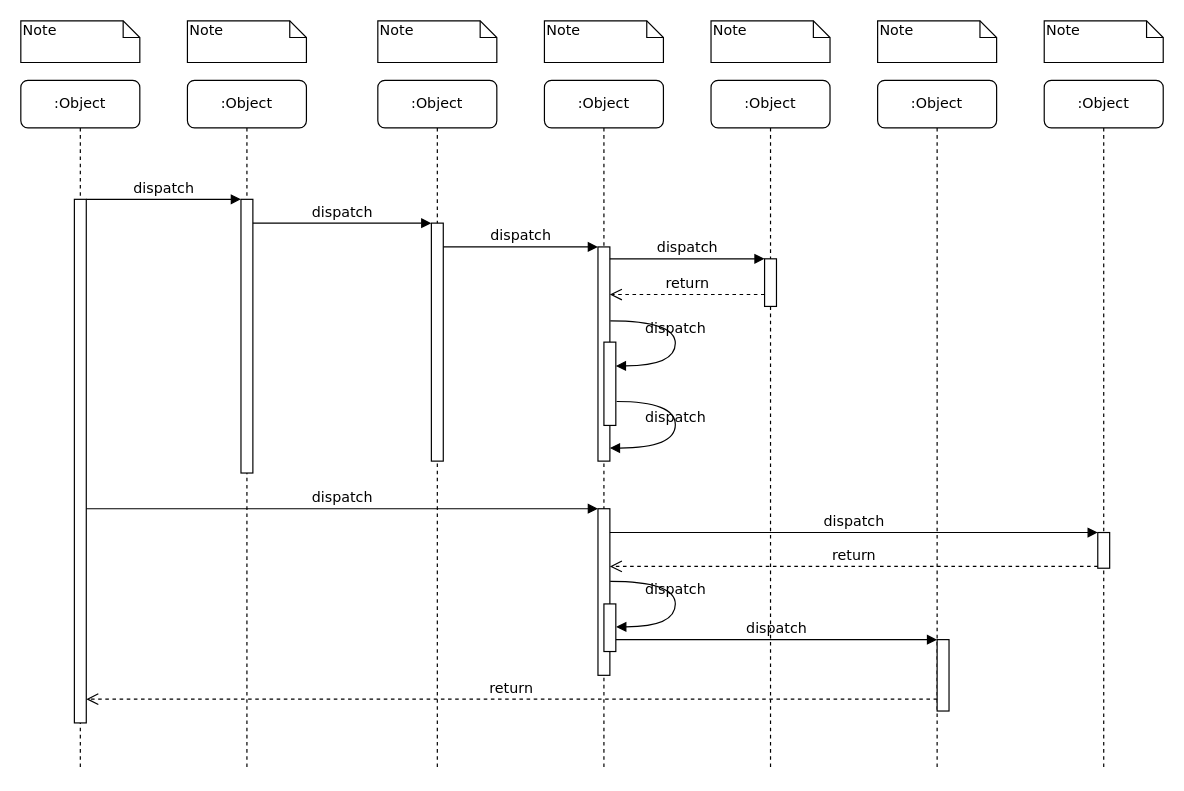
Before: Sequence_Project.drawio in critschris/COMP-354, a draw.io diagram. Source tidied: cells renumbered, new cells numbered last; positions are measured from the earlier drawing's top-left corner, leaving out a move shared by most shapes. Both pictures are drawn from the tidied source at 119%, with x=0, y=0 at pixel (20, 20).
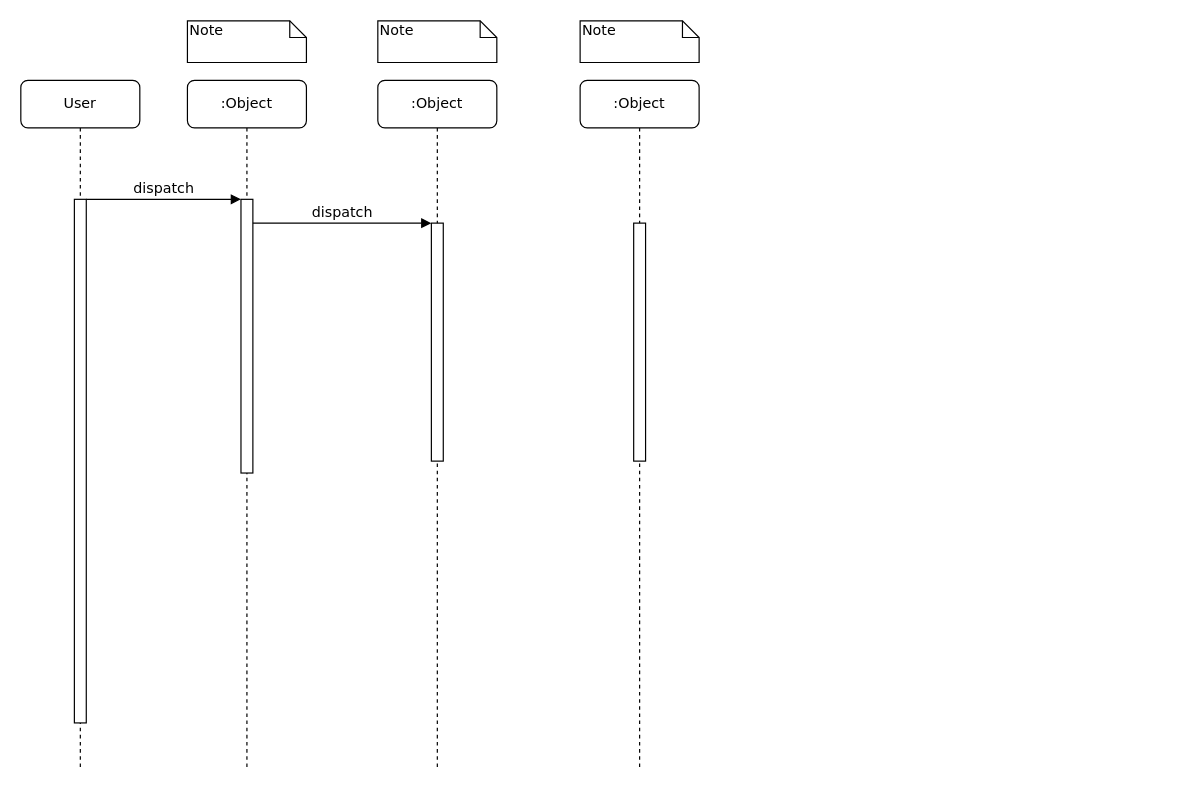
The same page after the edit.

Unchanged cells that the change refers to:
```xml
<mxCell id="5" style="html=1;points=[];perimeter=orthogonalPerimeter;rounded=0;shadow=0;comic=0;labelBackgroundColor=none;strokeWidth=1;fontFamily=Verdana;fontSize=12;align=center;" parent="4" vertex="1">
  <mxGeometry x="45" y="120" width="10" height="200" as="geometry" />
</mxCell>
<mxCell id="11" style="html=1;points=[];perimeter=orthogonalPerimeter;rounded=0;shadow=0;comic=0;labelBackgroundColor=none;strokeWidth=1;fontFamily=Verdana;fontSize=12;align=center;" parent="10" vertex="1">
  <mxGeometry x="45" y="100" width="10" height="440" as="geometry" />
</mxCell>
```

Diff of the diagram source:
```diff
@@
-    <mxCell id="6" value=":Object" style="shape=umlLifeline;perimeter=lifelinePerimeter;whiteSpace=wrap;html=1;rounded=1;shadow=0;comic=0;labelBackgroundColor=none;strokeWidth=1;fontFamily=Verdana;fontSize=12;align=center;" parent="1" vertex="1">
-      <mxGeometry x="440" y="50" width="100" height="580" as="geometry" />
-    </mxCell>
-    <mxCell id="7" value=":Object" style="shape=umlLifeline;perimeter=lifelinePerimeter;whiteSpace=wrap;html=1;rounded=1;shadow=0;comic=0;labelBackgroundColor=none;strokeWidth=1;fontFamily=Verdana;fontSize=12;align=center;" parent="1" vertex="1">
-      <mxGeometry x="580" y="50" width="100" height="580" as="geometry" />
-    </mxCell>
-    <mxCell id="8" value=":Object" style="shape=umlLifeline;perimeter=lifelinePerimeter;whiteSpace=wrap;html=1;rounded=1;shadow=0;comic=0;labelBackgroundColor=none;strokeWidth=1;fontFamily=Verdana;fontSize=12;align=center;" parent="1" vertex="1">
-      <mxGeometry x="720" y="50" width="100" height="580" as="geometry" />
-    </mxCell>
-    <mxCell id="9" value=":Object" style="shape=umlLifeline;perimeter=lifelinePerimeter;whiteSpace=wrap;html=1;rounded=1;shadow=0;comic=0;labelBackgroundColor=none;strokeWidth=1;fontFamily=Verdana;fontSize=12;align=center;" parent="1" vertex="1">
-      <mxGeometry x="860" y="50" width="100" height="580" as="geometry" />
-    </mxCell>
-    <mxCell id="10" value=":Object" style="shape=umlLifeline;perimeter=lifelinePerimeter;whiteSpace=wrap;html=1;rounded=1;shadow=0;comic=0;labelBackgroundColor=none;strokeWidth=1;fontFamily=Verdana;fontSize=12;align=center;" parent="1" vertex="1">
+    <mxCell id="10" value="User" style="shape=umlLifeline;perimeter=lifelinePerimeter;whiteSpace=wrap;html=1;rounded=1;shadow=0;comic=0;labelBackgroundColor=none;strokeWidth=1;fontFamily=Verdana;fontSize=12;align=center;" parent="1" vertex="1">
       <mxGeometry y="50" width="100" height="580" as="geometry" />
     </mxCell>
@@
-    <mxCell id="12" style="html=1;points=[];perimeter=orthogonalPerimeter;rounded=0;shadow=0;comic=0;labelBackgroundColor=none;strokeWidth=1;fontFamily=Verdana;fontSize=12;align=center;" parent="1" vertex="1">
-      <mxGeometry x="485" y="190" width="10" height="180" as="geometry" />
-    </mxCell>
-    <mxCell id="13" value="dispatch" style="html=1;verticalAlign=bottom;endArrow=block;labelBackgroundColor=none;fontFamily=Verdana;fontSize=12;edgeStyle=elbowEdgeStyle;elbow=vertical;" parent="1" edge="1" source="5" target="12">
-      <mxGeometry relative="1" as="geometry">
-        <Array as="points">
-          <mxPoint x="360" y="190" />
-        </Array>
-      </mxGeometry>
-    </mxCell>
-    <mxCell id="14" style="html=1;points=[];perimeter=orthogonalPerimeter;rounded=0;shadow=0;comic=0;labelBackgroundColor=none;strokeWidth=1;fontFamily=Verdana;fontSize=12;align=center;" parent="1" vertex="1">
-      <mxGeometry x="625" y="200" width="10" height="40" as="geometry" />
-    </mxCell>
-    <mxCell id="15" value="dispatch" style="html=1;verticalAlign=bottom;endArrow=block;entryX=0;entryY=0;labelBackgroundColor=none;fontFamily=Verdana;fontSize=12;edgeStyle=elbowEdgeStyle;elbow=vertical;" parent="1" edge="1" source="12" target="14">
-      <mxGeometry relative="1" as="geometry" />
-    </mxCell>
-    <mxCell id="16" value="return" style="html=1;verticalAlign=bottom;endArrow=open;dashed=1;endSize=8;labelBackgroundColor=none;fontFamily=Verdana;fontSize=12;edgeStyle=elbowEdgeStyle;elbow=vertical;" parent="1" edge="1" source="14" target="12">
-      <mxGeometry relative="1" as="geometry">
-        <Array as="points">
-          <mxPoint x="570" y="230" />
-          <mxPoint x="600" y="230" />
-        </Array>
-      </mxGeometry>
-    </mxCell>
-    <mxCell id="17" style="html=1;points=[];perimeter=orthogonalPerimeter;rounded=0;shadow=0;comic=0;labelBackgroundColor=none;strokeWidth=1;fontFamily=Verdana;fontSize=12;align=center;" parent="1" vertex="1">
-      <mxGeometry x="485" y="410" width="10" height="140" as="geometry" />
-    </mxCell>
-    <mxCell id="18" value="dispatch" style="html=1;verticalAlign=bottom;endArrow=block;entryX=0;entryY=0;labelBackgroundColor=none;fontFamily=Verdana;fontSize=12;" parent="1" edge="1" source="11" target="17">
-      <mxGeometry relative="1" as="geometry" />
-    </mxCell>
-    <mxCell id="19" style="html=1;points=[];perimeter=orthogonalPerimeter;rounded=0;shadow=0;comic=0;labelBackgroundColor=none;strokeColor=#000000;strokeWidth=1;fillColor=#FFFFFF;fontFamily=Verdana;fontSize=12;fontColor=#000000;align=center;" parent="1" vertex="1">
-      <mxGeometry x="905" y="430" width="10" height="30" as="geometry" />
-    </mxCell>
-    <mxCell id="20" value="dispatch" style="html=1;verticalAlign=bottom;endArrow=block;entryX=0;entryY=0;labelBackgroundColor=none;fontFamily=Verdana;fontSize=12;" parent="1" edge="1" source="17" target="19">
-      <mxGeometry relative="1" as="geometry" />
-    </mxCell>
-    <mxCell id="21" value="return" style="html=1;verticalAlign=bottom;endArrow=open;dashed=1;endSize=8;exitX=0;exitY=0.95;labelBackgroundColor=none;fontFamily=Verdana;fontSize=12;" parent="1" edge="1" source="19" target="17">
-      <mxGeometry relative="1" as="geometry" />
-    </mxCell>
-    <mxCell id="22" style="html=1;points=[];perimeter=orthogonalPerimeter;rounded=0;shadow=0;comic=0;labelBackgroundColor=none;strokeWidth=1;fontFamily=Verdana;fontSize=12;align=center;" parent="1" vertex="1">
-      <mxGeometry x="770" y="520" width="10" height="60" as="geometry" />
-    </mxCell>
-    <mxCell id="23" value="dispatch" style="html=1;verticalAlign=bottom;endArrow=block;entryX=0;entryY=0;labelBackgroundColor=none;fontFamily=Verdana;fontSize=12;edgeStyle=elbowEdgeStyle;elbow=vertical;" parent="1" edge="1" source="30" target="22">
-      <mxGeometry relative="1" as="geometry" />
-    </mxCell>
-    <mxCell id="24" value="return" style="html=1;verticalAlign=bottom;endArrow=open;dashed=1;endSize=8;labelBackgroundColor=none;fontFamily=Verdana;fontSize=12;edgeStyle=elbowEdgeStyle;elbow=vertical;" parent="1" edge="1" source="22" target="11">
-      <mxGeometry relative="1" as="geometry">
-        <Array as="points">
-          <mxPoint x="470" y="570" />
-        </Array>
-      </mxGeometry>
-    </mxCell>
@@
-    <mxCell id="27" style="html=1;points=[];perimeter=orthogonalPerimeter;rounded=0;shadow=0;comic=0;labelBackgroundColor=none;strokeWidth=1;fontFamily=Verdana;fontSize=12;align=center;" parent="1" vertex="1">
-      <mxGeometry x="490" y="270" width="10" height="70" as="geometry" />
-    </mxCell>
-    <mxCell id="28" value="dispatch" style="html=1;verticalAlign=bottom;endArrow=block;labelBackgroundColor=none;fontFamily=Verdana;fontSize=12;elbow=vertical;edgeStyle=orthogonalEdgeStyle;curved=1;entryX=1;entryY=0.286;entryPerimeter=0;exitX=1.038;exitY=0.345;exitPerimeter=0;" parent="1" edge="1" source="12" target="27">
-      <mxGeometry relative="1" as="geometry">
-        <Array as="points">
-          <mxPoint x="550" y="252" />
-          <mxPoint x="550" y="290" />
-        </Array>
-      </mxGeometry>
-    </mxCell>
-    <mxCell id="29" value="dispatch" style="html=1;verticalAlign=bottom;endArrow=block;labelBackgroundColor=none;fontFamily=Verdana;fontSize=12;elbow=vertical;edgeStyle=orthogonalEdgeStyle;curved=1;exitX=1.066;exitY=0.713;exitPerimeter=0;" parent="1" edge="1" source="27">
-      <mxGeometry relative="1" as="geometry">
-        <mxPoint x="495" y="359" as="targetPoint" />
-        <Array as="points">
-          <mxPoint x="550" y="320" />
-          <mxPoint x="550" y="359" />
-        </Array>
-      </mxGeometry>
-    </mxCell>
-    <mxCell id="30" style="html=1;points=[];perimeter=orthogonalPerimeter;rounded=0;shadow=0;comic=0;labelBackgroundColor=none;strokeWidth=1;fontFamily=Verdana;fontSize=12;align=center;" parent="1" vertex="1">
-      <mxGeometry x="490" y="490" width="10" height="40" as="geometry" />
-    </mxCell>
-    <mxCell id="31" value="dispatch" style="html=1;verticalAlign=bottom;endArrow=block;labelBackgroundColor=none;fontFamily=Verdana;fontSize=12;elbow=vertical;edgeStyle=orthogonalEdgeStyle;curved=1;entryX=1;entryY=0.286;entryPerimeter=0;exitX=1.038;exitY=0.345;exitPerimeter=0;" parent="1" edge="1">
-      <mxGeometry relative="1" as="geometry">
-        <mxPoint x="495.3" y="471" as="sourcePoint" />
-        <mxPoint x="500.3" y="509.3" as="targetPoint" />
-        <Array as="points">
-          <mxPoint x="550" y="471" />
-          <mxPoint x="550" y="509" />
-        </Array>
-      </mxGeometry>
-    </mxCell>
-    <mxCell id="32" value="Note" style="shape=note;whiteSpace=wrap;html=1;size=14;verticalAlign=top;align=left;spacingTop=-6;rounded=0;shadow=0;comic=0;labelBackgroundColor=none;strokeWidth=1;fontFamily=Verdana;fontSize=12;" parent="1" vertex="1">
-      <mxGeometry width="100" height="35" as="geometry" />
-    </mxCell>
@@
-    <mxCell id="35" value="Note" style="shape=note;whiteSpace=wrap;html=1;size=14;verticalAlign=top;align=left;spacingTop=-6;rounded=0;shadow=0;comic=0;labelBackgroundColor=none;strokeWidth=1;fontFamily=Verdana;fontSize=12;" parent="1" vertex="1">
-      <mxGeometry x="440" width="100" height="35" as="geometry" />
-    </mxCell>
-    <mxCell id="36" value="Note" style="shape=note;whiteSpace=wrap;html=1;size=14;verticalAlign=top;align=left;spacingTop=-6;rounded=0;shadow=0;comic=0;labelBackgroundColor=none;strokeWidth=1;fontFamily=Verdana;fontSize=12;" parent="1" vertex="1">
-      <mxGeometry x="580" width="100" height="35" as="geometry" />
-    </mxCell>
-    <mxCell id="37" value="Note" style="shape=note;whiteSpace=wrap;html=1;size=14;verticalAlign=top;align=left;spacingTop=-6;rounded=0;shadow=0;comic=0;labelBackgroundColor=none;strokeWidth=1;fontFamily=Verdana;fontSize=12;" parent="1" vertex="1">
-      <mxGeometry x="720" width="100" height="35" as="geometry" />
-    </mxCell>
-    <mxCell id="38" value="Note" style="shape=note;whiteSpace=wrap;html=1;size=14;verticalAlign=top;align=left;spacingTop=-6;rounded=0;shadow=0;comic=0;labelBackgroundColor=none;strokeWidth=1;fontFamily=Verdana;fontSize=12;" parent="1" vertex="1">
-      <mxGeometry x="860" width="100" height="35" as="geometry" />
-    </mxCell>
+    <mxCell id="39" value=":Object" style="shape=umlLifeline;perimeter=lifelinePerimeter;whiteSpace=wrap;html=1;rounded=1;shadow=0;comic=0;labelBackgroundColor=none;strokeWidth=1;fontFamily=Verdana;fontSize=12;align=center;" parent="1" vertex="1">
+      <mxGeometry x="470" y="50" width="100" height="580" as="geometry" />
+    </mxCell>
+    <mxCell id="40" style="html=1;perimeter=orthogonalPerimeter;rounded=0;shadow=0;comic=0;labelBackgroundColor=none;strokeWidth=1;fontFamily=Verdana;fontSize=12;align=center;" parent="39" vertex="1">
+      <mxGeometry x="45" y="120" width="10" height="200" as="geometry" />
+    </mxCell>
+    <mxCell id="41" value="Note" style="shape=note;whiteSpace=wrap;html=1;size=14;verticalAlign=top;align=left;spacingTop=-6;rounded=0;shadow=0;comic=0;labelBackgroundColor=none;strokeWidth=1;fontFamily=Verdana;fontSize=12;" parent="1" vertex="1">
+      <mxGeometry x="470" width="100" height="35" as="geometry" />
+    </mxCell>
```
